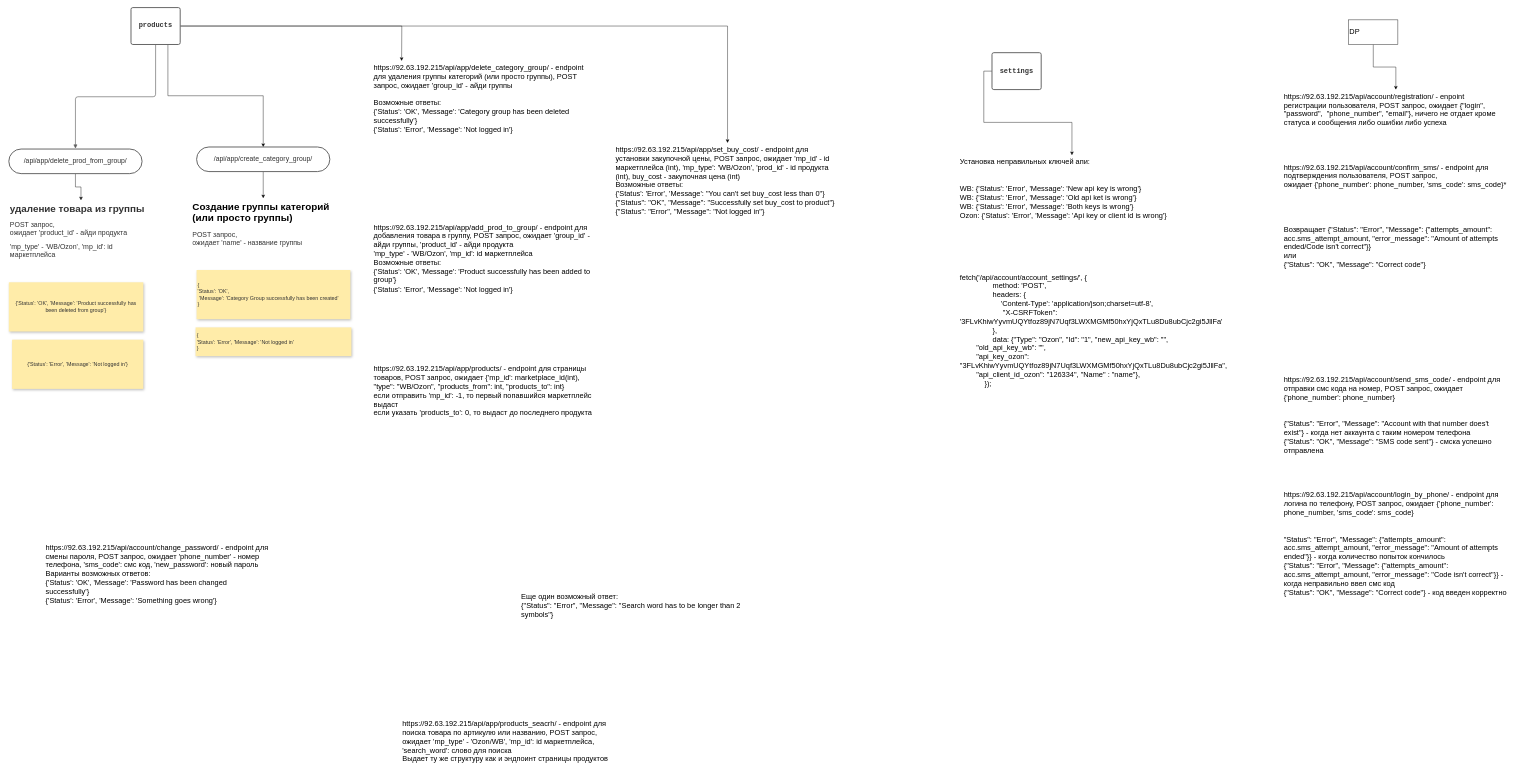
psihioga/cb-test keeps this draw.io diagram as Untitled Diagram.drawio. Above is the earlier version. Source tidied: cells renumbered, new cells numbered last; positions are measured from the earlier drawing's top-left corner, leaving out a move shared by most shapes. Both pictures are drawn from the tidied source at 41%, with x=0, y=0 at pixel (8, 7).
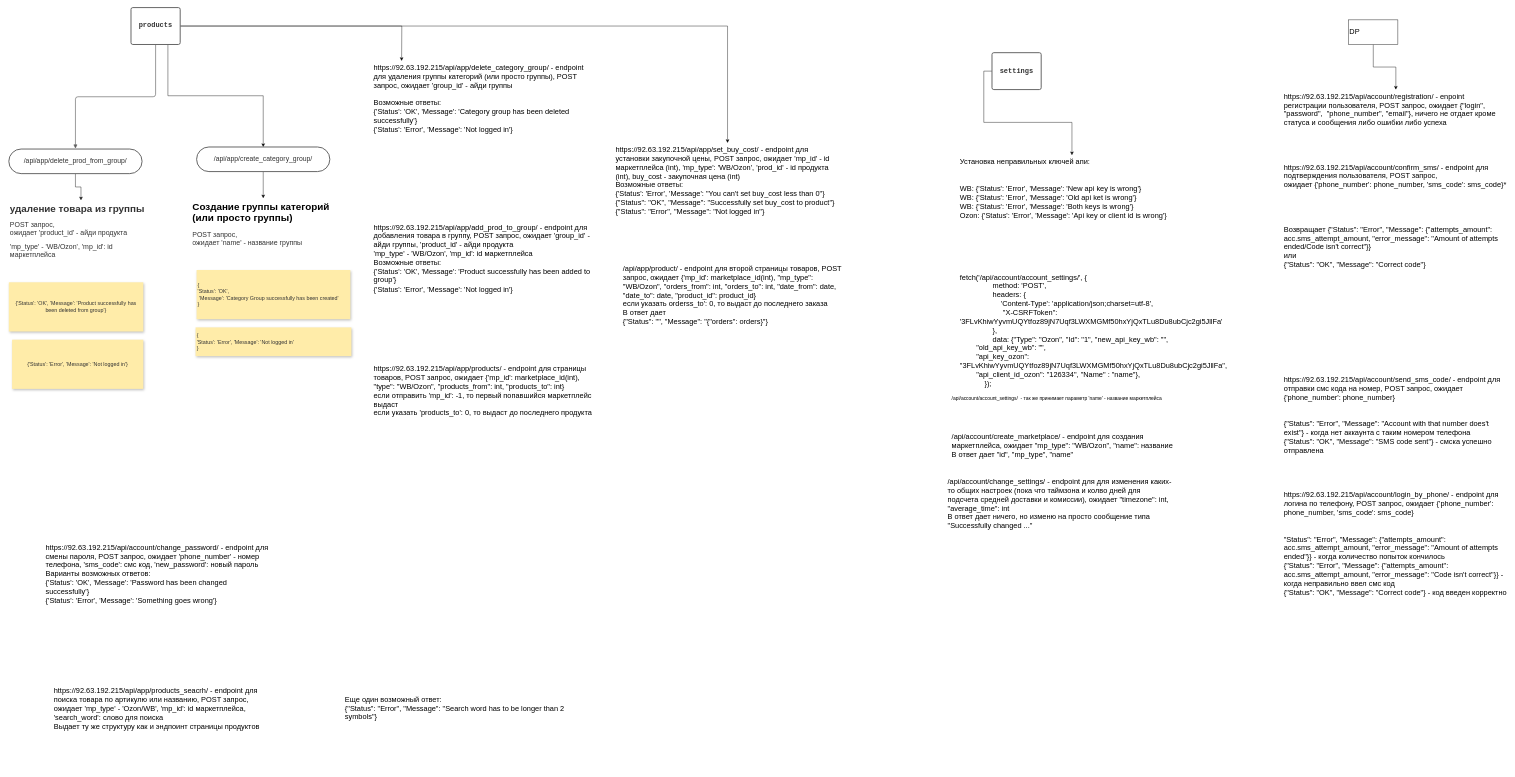
The same page after the edit.

What changed in the source:
```diff
@@
     <mxCell id="27" value="Еще один возможный ответ:&#10;{&quot;Status&quot;: &quot;Error&quot;, &quot;Message&quot;: &quot;Search word has to be longer than 2 symbols&quot;}" style="text;whiteSpace=wrap;html=1;fontSize=18;" parent="1" vertex="1">
-      <mxGeometry x="1250" y="1420" width="550" height="80" as="geometry" />
+      <mxGeometry x="820" y="1670" width="550" height="80" as="geometry" />
     </mxCell>
     <mxCell id="28" value="https://92.63.192.215/api/app/products_seacrh/ - endpoint для поиска товара по артикулю или названию, POST запрос, ожидает 'mp_type' - 'Ozon/WB', 'mp_id': id маркетплейса, 'search_word': слово для поиска&#10;Выдает ту же структуру как и эндпоинт страницы продуктов" style="text;whiteSpace=wrap;html=1;fontSize=18;" parent="1" vertex="1">
-      <mxGeometry x="960" y="1730" width="550" height="130" as="geometry" />
+      <mxGeometry x="110" y="1650" width="550" height="130" as="geometry" />
     </mxCell>
+    <mxCell id="29" value="/api/account/account_settings/  - так же принимает параметр 'name' - название маркетплейса" style="text;whiteSpace=wrap;html=1;" parent="1" vertex="1">
+      <mxGeometry x="2300" y="940" width="550" height="100" as="geometry" />
+    </mxCell>
+    <mxCell id="30" value="&lt;font style=&quot;font-size: 18px&quot;&gt;/api/app/product/ - endpoint для второй страницы товаров, POST запрос, ожидает {'mp_id': marketplace_id(int), &quot;mp_type&quot;: &quot;WB/Ozon&quot;, &quot;orders_from&quot;: int, &quot;orders_to&quot;: int, &quot;date_from&quot;: date, &quot;date_to&quot;: date, &quot;product_id&quot;: product_id}&lt;br&gt;если указать orderss_to': 0, то выдаст до последнего заказа&lt;br&gt;В ответ дает&amp;nbsp;&lt;br&gt;{&quot;Status&quot;: &quot;&quot;, &quot;Message&quot;: &quot;{&quot;orders&quot;: orders}&quot;}&lt;/font&gt;" style="text;whiteSpace=wrap;html=1;" parent="1" vertex="1">
+      <mxGeometry x="1498" y="620" width="550" height="100" as="geometry" />
+    </mxCell>
+    <mxCell id="31" value="/api/account/create_marketplace/ - endpoint для создания маркетплейса, ожидает &quot;mp_type&quot;: &quot;WB/Ozon&quot;, &quot;name&quot;: название&#10;В ответ дает &quot;id&quot;, &quot;mp_type&quot;, &quot;name&quot;" style="text;whiteSpace=wrap;html=1;fontSize=18;" parent="1" vertex="1">
+      <mxGeometry x="2300" y="1030" width="550" height="100" as="geometry" />
+    </mxCell>
+    <mxCell id="32" value="/api/account/change_settings/ - endpoint для для изменения каких-то общих настроек (пока что таймзона и колво дней для подсчета средней доставки и комиссии), ожидает &quot;timezone&quot;: int, &quot;average_time&quot;: int  &#10;В ответ дает ничего, но изменю на просто сообщение типа &quot;Successfully changed ...&quot;" style="text;whiteSpace=wrap;html=1;fontSize=18;" parent="1" vertex="1">
+      <mxGeometry x="2290" y="1140" width="550" height="150" as="geometry" />
+    </mxCell>
```
